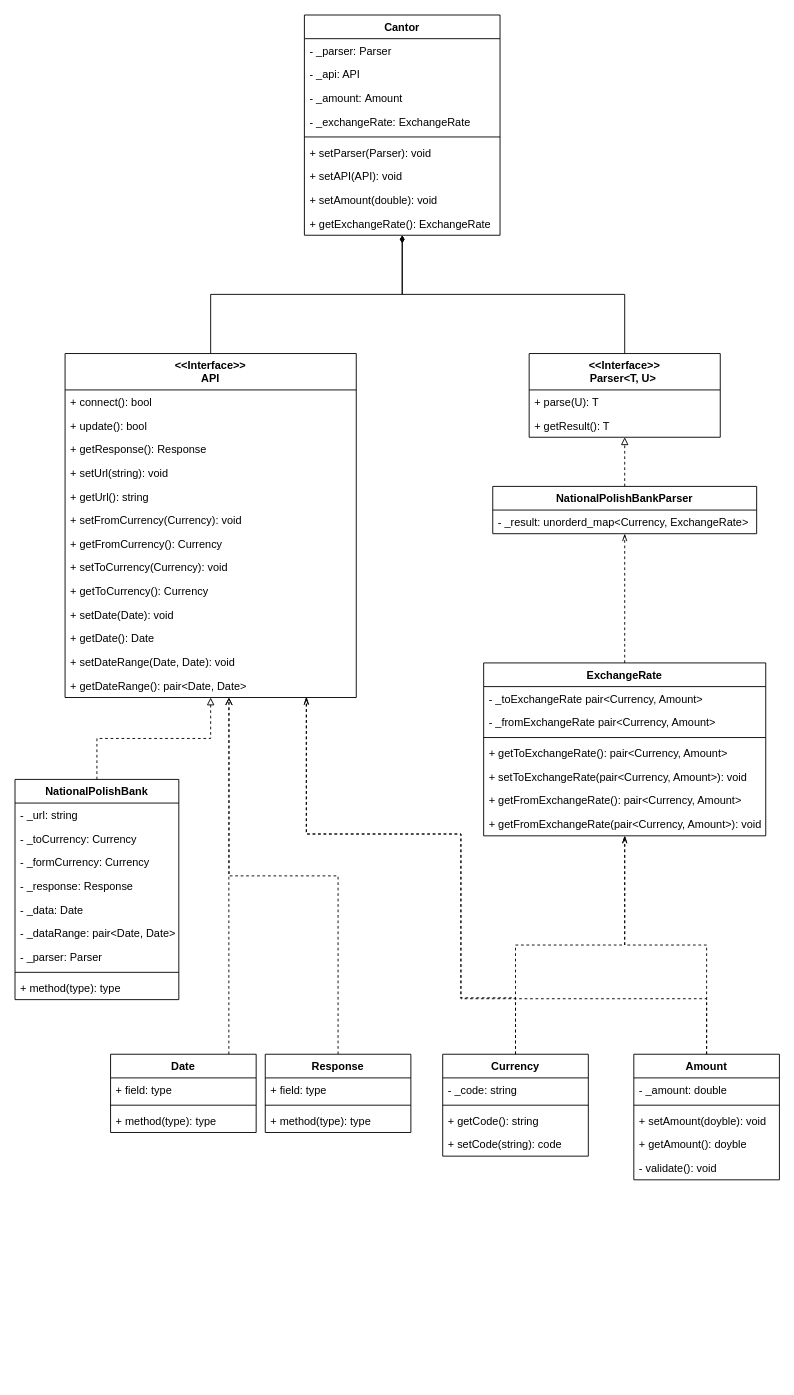
Earlier version of the draw.io diagram UML_diagram.drawio (MateuszMiekicki/change_currencies). Source tidied: cells renumbered, new cells numbered last; positions are measured from the earlier drawing's top-left corner, leaving out a move shared by most shapes. Both pictures are drawn from the tidied source at 91%, with x=0, y=0 at pixel (15, 15).
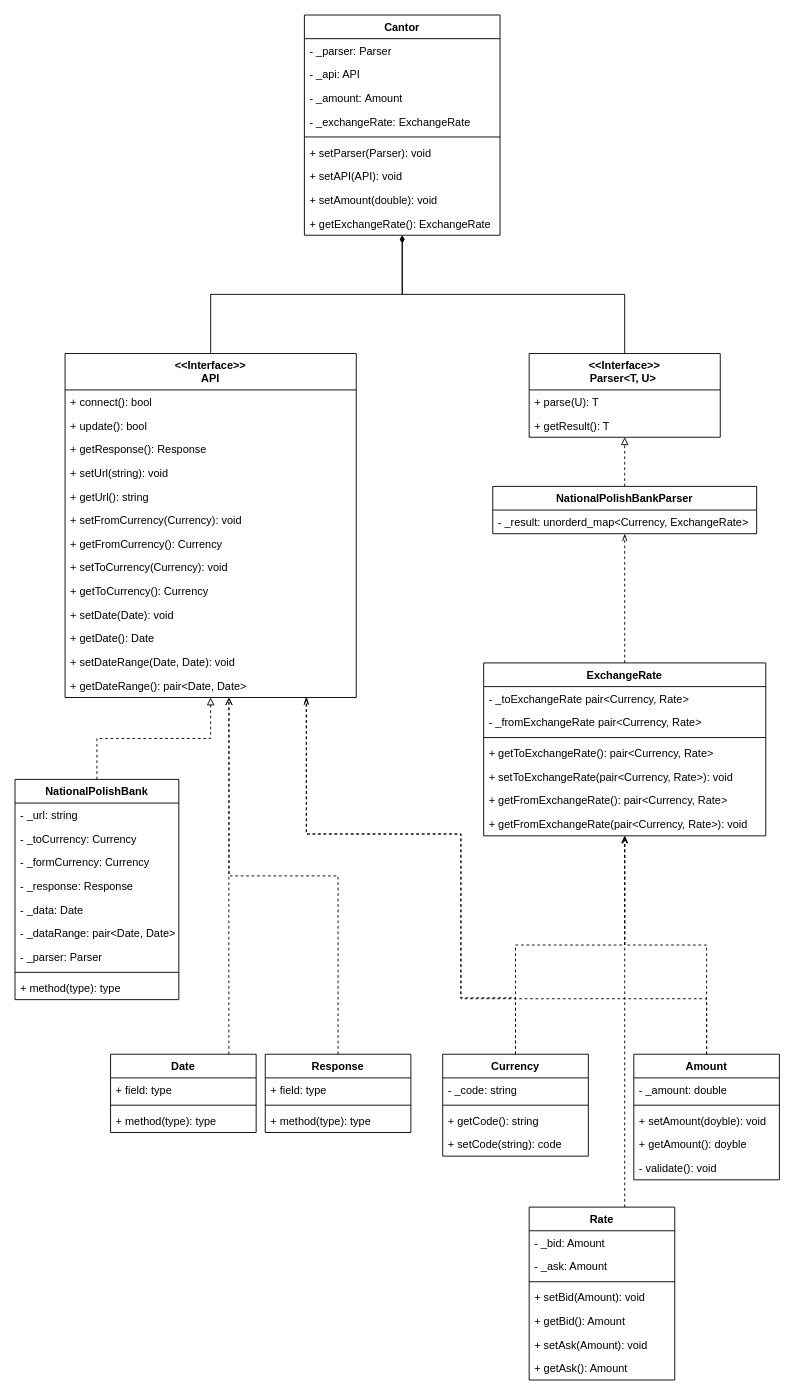
After the change.

Unchanged cells that the change refers to:
```xml
<mxCell id="52" value="ExchangeRate" style="swimlane;fontStyle=1;align=center;verticalAlign=top;horizontal=1;startSize=26;" parent="1" vertex="1">
  <mxGeometry x="515" y="712" width="310" height="190" as="geometry" />
</mxCell>
```

The edit, as a diff of the source:
```diff
@@
-    <mxCell id="53" value="- _toExchangeRate pair&lt;Currency, Amount&gt;" style="text;strokeColor=none;fillColor=none;align=left;verticalAlign=top;spacingLeft=4;spacingRight=4;overflow=hidden;" parent="52" vertex="1">
+    <mxCell id="53" value="- _toExchangeRate pair&lt;Currency, Rate&gt;" style="text;strokeColor=none;fillColor=none;align=left;verticalAlign=top;spacingLeft=4;spacingRight=4;overflow=hidden;" parent="52" vertex="1">
       <mxGeometry y="26" width="310" height="26" as="geometry" />
     </mxCell>
-    <mxCell id="54" value="- _fromExchangeRate pair&lt;Currency, Amount&gt;" style="text;strokeColor=none;fillColor=none;align=left;verticalAlign=top;spacingLeft=4;spacingRight=4;overflow=hidden;" parent="52" vertex="1">
+    <mxCell id="54" value="- _fromExchangeRate pair&lt;Currency, Rate&gt;" style="text;strokeColor=none;fillColor=none;align=left;verticalAlign=top;spacingLeft=4;spacingRight=4;overflow=hidden;" parent="52" vertex="1">
       <mxGeometry y="52" width="310" height="26" as="geometry" />
     </mxCell>
@@
-    <mxCell id="56" value="+ getToExchangeRate(): pair&lt;Currency, Amount&gt;" style="text;strokeColor=none;fillColor=none;align=left;verticalAlign=top;spacingLeft=4;spacingRight=4;overflow=hidden;" parent="52" vertex="1">
+    <mxCell id="56" value="+ getToExchangeRate(): pair&lt;Currency, Rate&gt;" style="text;strokeColor=none;fillColor=none;align=left;verticalAlign=top;spacingLeft=4;spacingRight=4;overflow=hidden;" parent="52" vertex="1">
       <mxGeometry y="86" width="310" height="26" as="geometry" />
     </mxCell>
-    <mxCell id="57" value="+ setToExchangeRate(pair&lt;Currency, Amount&gt;): void" style="text;strokeColor=none;fillColor=none;align=left;verticalAlign=top;spacingLeft=4;spacingRight=4;overflow=hidden;" parent="52" vertex="1">
+    <mxCell id="57" value="+ setToExchangeRate(pair&lt;Currency, Rate&gt;): void" style="text;strokeColor=none;fillColor=none;align=left;verticalAlign=top;spacingLeft=4;spacingRight=4;overflow=hidden;" parent="52" vertex="1">
       <mxGeometry y="112" width="310" height="26" as="geometry" />
     </mxCell>
-    <mxCell id="58" value="+ getFromExchangeRate(): pair&lt;Currency, Amount&gt;" style="text;strokeColor=none;fillColor=none;align=left;verticalAlign=top;spacingLeft=4;spacingRight=4;overflow=hidden;" parent="52" vertex="1">
+    <mxCell id="58" value="+ getFromExchangeRate(): pair&lt;Currency, Rate&gt;" style="text;strokeColor=none;fillColor=none;align=left;verticalAlign=top;spacingLeft=4;spacingRight=4;overflow=hidden;" parent="52" vertex="1">
       <mxGeometry y="138" width="310" height="26" as="geometry" />
     </mxCell>
-    <mxCell id="59" value="+ getFromExchangeRate(pair&lt;Currency, Amount&gt;): void" style="text;strokeColor=none;fillColor=none;align=left;verticalAlign=top;spacingLeft=4;spacingRight=4;overflow=hidden;" parent="52" vertex="1">
+    <mxCell id="59" value="+ getFromExchangeRate(pair&lt;Currency, Rate&gt;): void" style="text;strokeColor=none;fillColor=none;align=left;verticalAlign=top;spacingLeft=4;spacingRight=4;overflow=hidden;" parent="52" vertex="1">
       <mxGeometry y="164" width="310" height="26" as="geometry" />
     </mxCell>
@@
+    <mxCell id="79" style="edgeStyle=orthogonalEdgeStyle;rounded=0;jettySize=auto;html=1;dashed=1;endArrow=open;endFill=0;" parent="1" edge="1" source="80" target="52">
+      <mxGeometry relative="1" as="geometry">
+        <Array as="points">
+          <mxPoint x="670" y="1240" />
+          <mxPoint x="670" y="1240" />
+        </Array>
+      </mxGeometry>
+    </mxCell>
+    <mxCell id="80" value="Rate" style="swimlane;fontStyle=1;align=center;verticalAlign=top;horizontal=1;startSize=26;" parent="1" vertex="1">
+      <mxGeometry x="565" y="1310" width="160" height="190" as="geometry" />
+    </mxCell>
+    <mxCell id="81" value="- _bid: Amount" style="text;strokeColor=none;fillColor=none;align=left;verticalAlign=top;spacingLeft=4;spacingRight=4;overflow=hidden;fontStyle=0;" parent="80" vertex="1">
+      <mxGeometry y="26" width="160" height="26" as="geometry" />
+    </mxCell>
+    <mxCell id="82" value="- _ask: Amount" style="text;strokeColor=none;fillColor=none;align=left;verticalAlign=top;spacingLeft=4;spacingRight=4;overflow=hidden;fontStyle=0;" parent="80" vertex="1">
+      <mxGeometry y="52" width="160" height="26" as="geometry" />
+    </mxCell>
+    <mxCell id="83" style="line;strokeWidth=1;fillColor=none;align=left;verticalAlign=middle;spacingTop=-1;spacingLeft=3;spacingRight=3;labelPosition=right;" parent="80" vertex="1">
+      <mxGeometry y="78" width="160" height="8" as="geometry" />
+    </mxCell>
+    <mxCell id="84" value="+ setBid(Amount): void" style="text;strokeColor=none;fillColor=none;align=left;verticalAlign=top;spacingLeft=4;spacingRight=4;overflow=hidden;" parent="80" vertex="1">
+      <mxGeometry y="86" width="160" height="26" as="geometry" />
+    </mxCell>
+    <mxCell id="85" value="+ getBid(): Amount" style="text;strokeColor=none;fillColor=none;align=left;verticalAlign=top;spacingLeft=4;spacingRight=4;overflow=hidden;" parent="80" vertex="1">
+      <mxGeometry y="112" width="160" height="26" as="geometry" />
+    </mxCell>
+    <mxCell id="86" value="+ setAsk(Amount): void" style="text;strokeColor=none;fillColor=none;align=left;verticalAlign=top;spacingLeft=4;spacingRight=4;overflow=hidden;" parent="80" vertex="1">
+      <mxGeometry y="138" width="160" height="26" as="geometry" />
+    </mxCell>
+    <mxCell id="87" value="+ getAsk(): Amount" style="text;strokeColor=none;fillColor=none;align=left;verticalAlign=top;spacingLeft=4;spacingRight=4;overflow=hidden;" parent="80" vertex="1">
+      <mxGeometry y="164" width="160" height="26" as="geometry" />
+    </mxCell>
```
